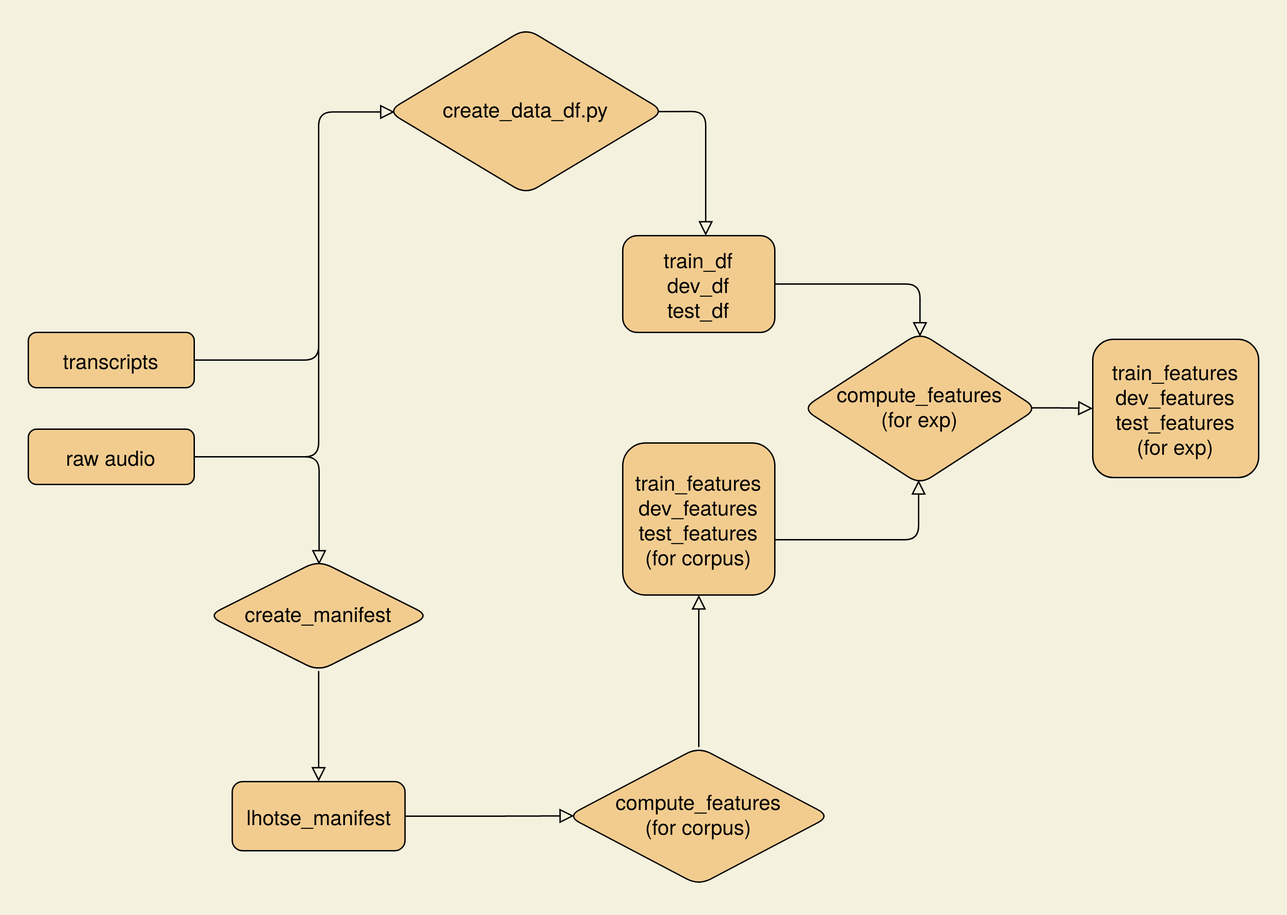
Before: Thesis/imgs/diagrams/Pipeline.drawio.png, a diagram exported from draw.io (LasseWolter/honours-project-21-22). Source tidied: cells renumbered, new cells last; positions are measured from the earlier drawing's top-left corner, leaving out a move shared by most shapes.
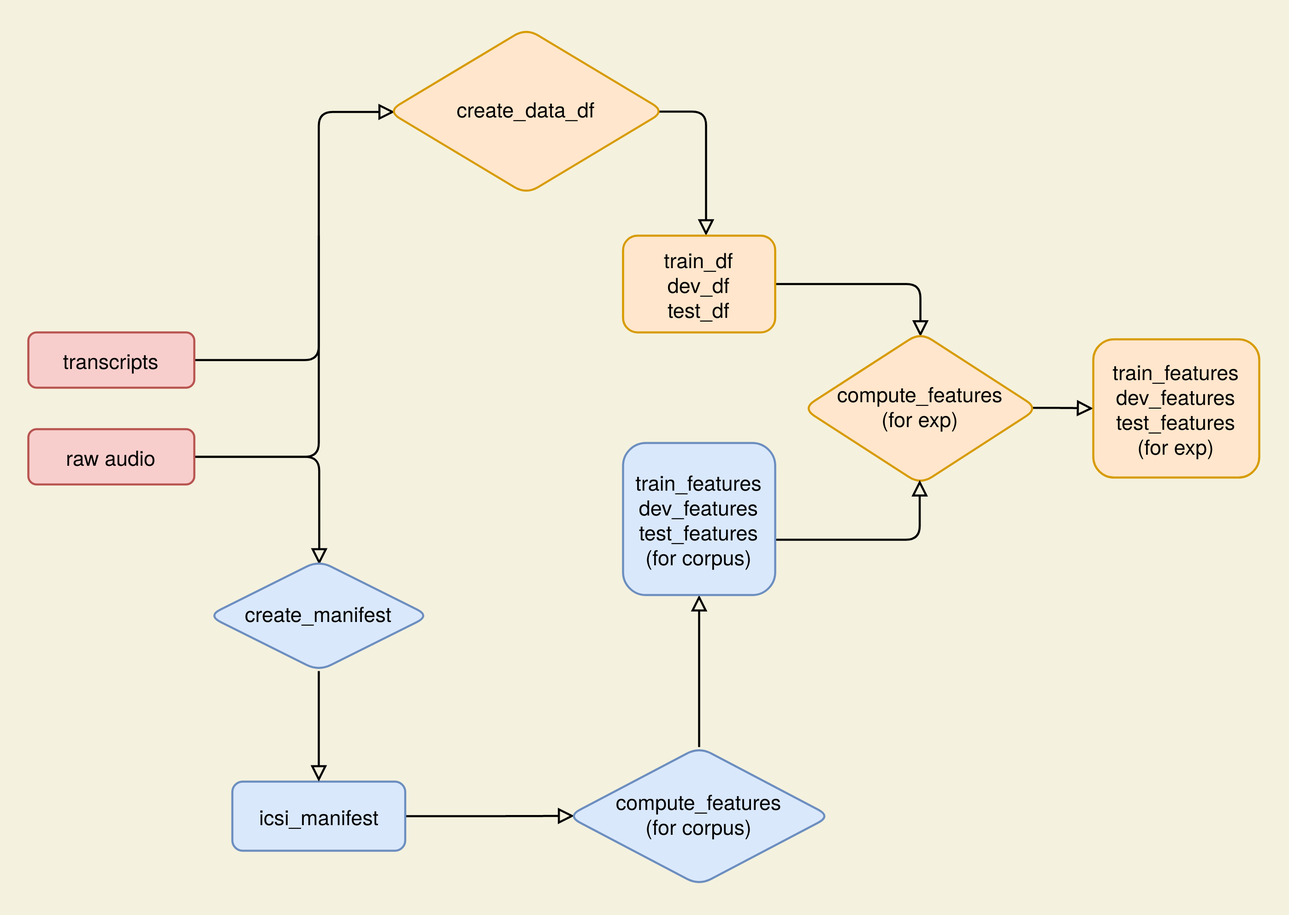
Above is the later version.

Diff of the diagram source:
```diff
@@ -2,7 +2,7 @@
   <root>
     <mxCell id="0" />
     <mxCell id="1" parent="0" />
-    <mxCell id="2" style="html=1;jettySize=auto;fontSize=15;endArrow=block;endFill=0;endSize=8;strokeWidth=1;shadow=0;labelBackgroundColor=none;edgeStyle=orthogonalEdgeStyle;entryX=0.025;entryY=0.504;entryDx=0;entryDy=0;entryPerimeter=0;strokeColor=#000000;fontColor=#000000;labelBorderColor=#000000;" parent="1" edge="1" source="4" target="6">
+    <mxCell id="2" style="html=1;jettySize=auto;fontSize=15;endArrow=block;endFill=0;endSize=8;strokeWidth=1.5;shadow=0;labelBackgroundColor=none;edgeStyle=orthogonalEdgeStyle;entryX=0.025;entryY=0.504;entryDx=0;entryDy=0;entryPerimeter=0;strokeColor=#000000;fontColor=#000000;labelBorderColor=#000000;" parent="1" edge="1" source="4" target="6">
       <mxGeometry relative="1" as="geometry">
         <Array as="points">
           <mxPoint x="210" y="310" />
@@ -10,65 +10,65 @@
         </Array>
       </mxGeometry>
     </mxCell>
-    <mxCell id="3" style="edgeStyle=orthogonalEdgeStyle;rounded=1;jettySize=auto;html=1;exitX=1;exitY=0.5;exitDx=0;exitDy=0;entryX=0.502;entryY=0.038;entryDx=0;entryDy=0;startArrow=none;startFill=0;endArrow=block;endFill=0;startSize=8;endSize=8;entryPerimeter=0;labelBackgroundColor=#F4F1DE;strokeColor=#000000;fontColor=#000000;labelBorderColor=#000000;fontSize=15;" parent="1" edge="1" source="4" target="16">
+    <mxCell id="3" style="edgeStyle=orthogonalEdgeStyle;rounded=1;jettySize=auto;html=1;exitX=1;exitY=0.5;exitDx=0;exitDy=0;entryX=0.502;entryY=0.038;entryDx=0;entryDy=0;startArrow=none;startFill=0;endArrow=block;endFill=0;startSize=8;endSize=8;entryPerimeter=0;labelBackgroundColor=#F4F1DE;strokeColor=#000000;fontColor=#000000;labelBorderColor=#000000;fontSize=15;strokeWidth=1.5;" parent="1" edge="1" source="4" target="16">
       <mxGeometry relative="1" as="geometry" />
     </mxCell>
-    <mxCell id="4" value="raw audio" style="whiteSpace=wrap;html=1;fontSize=15;glass=0;strokeWidth=1;shadow=0;rounded=1;fillColor=#F2CC8F;strokeColor=#000000;fontColor=#000000;" parent="1" vertex="1">
+    <mxCell id="4" value="raw audio" style="whiteSpace=wrap;html=1;fontSize=15;glass=0;strokeWidth=1.5;shadow=0;rounded=1;fillColor=#f8cecc;strokeColor=#b85450;" parent="1" vertex="1">
       <mxGeometry y="290" width="120" height="40" as="geometry" />
     </mxCell>
-    <mxCell id="5" style="edgeStyle=orthogonalEdgeStyle;html=1;jettySize=auto;fontSize=15;endArrow=block;endFill=0;endSize=8;strokeWidth=1;shadow=0;labelBackgroundColor=none;exitX=0.971;exitY=0.502;exitDx=0;exitDy=0;exitPerimeter=0;strokeColor=#000000;fontColor=#000000;labelBorderColor=#000000;" parent="1" edge="1" source="6" target="8">
+    <mxCell id="5" style="edgeStyle=orthogonalEdgeStyle;html=1;jettySize=auto;fontSize=15;endArrow=block;endFill=0;endSize=8;strokeWidth=1.5;shadow=0;labelBackgroundColor=none;exitX=0.971;exitY=0.502;exitDx=0;exitDy=0;exitPerimeter=0;strokeColor=#000000;fontColor=#000000;labelBorderColor=#000000;" parent="1" edge="1" source="6" target="8">
       <mxGeometry y="10" relative="1" as="geometry">
         <Array as="points">
           <mxPoint x="490" y="60" />
         </Array>
       </mxGeometry>
     </mxCell>
-    <mxCell id="6" value="&lt;div style=&quot;font-size: 15px;&quot;&gt;create_data_df.py&lt;/div&gt;" style="rhombus;whiteSpace=wrap;html=1;shadow=0;fontFamily=Helvetica;fontSize=15;align=center;strokeWidth=1;spacing=6;spacingTop=-4;rounded=1;fillColor=#F2CC8F;strokeColor=#000000;fontColor=#000000;" parent="1" vertex="1">
+    <mxCell id="6" value="&lt;div style=&quot;font-size: 15px&quot;&gt;create_data_df&lt;/div&gt;" style="rhombus;whiteSpace=wrap;html=1;shadow=0;fontFamily=Helvetica;fontSize=15;align=center;strokeWidth=1.5;spacing=6;spacingTop=-4;rounded=1;fillColor=#ffe6cc;strokeColor=#d79b00;" parent="1" vertex="1">
       <mxGeometry x="260" width="200" height="120" as="geometry" />
     </mxCell>
-    <mxCell id="7" style="edgeStyle=orthogonalEdgeStyle;jettySize=auto;html=1;entryX=0.5;entryY=0.028;entryDx=0;entryDy=0;endArrow=block;endFill=0;endSize=8;entryPerimeter=0;labelBackgroundColor=#F4F1DE;strokeColor=#000000;fontColor=#000000;labelBorderColor=#000000;fontSize=15;" parent="1" edge="1" source="8" target="12">
+    <mxCell id="7" style="edgeStyle=orthogonalEdgeStyle;jettySize=auto;html=1;entryX=0.5;entryY=0.028;entryDx=0;entryDy=0;endArrow=block;endFill=0;endSize=8;entryPerimeter=0;labelBackgroundColor=#F4F1DE;strokeColor=#000000;fontColor=#000000;labelBorderColor=#000000;fontSize=15;strokeWidth=1.5;" parent="1" edge="1" source="8" target="12">
       <mxGeometry relative="1" as="geometry">
         <Array as="points">
           <mxPoint x="645" y="185" />
         </Array>
       </mxGeometry>
     </mxCell>
-    <mxCell id="8" value="&lt;div style=&quot;font-size: 15px;&quot;&gt;train_df&lt;/div&gt;&lt;div style=&quot;font-size: 15px;&quot;&gt;dev_df&lt;/div&gt;&lt;div style=&quot;font-size: 15px;&quot;&gt;test_df&lt;/div&gt;" style="whiteSpace=wrap;html=1;fontSize=15;glass=0;strokeWidth=1;shadow=0;rounded=1;fillColor=#F2CC8F;strokeColor=#000000;fontColor=#000000;" parent="1" vertex="1">
+    <mxCell id="8" value="&lt;div style=&quot;font-size: 15px;&quot;&gt;train_df&lt;/div&gt;&lt;div style=&quot;font-size: 15px;&quot;&gt;dev_df&lt;/div&gt;&lt;div style=&quot;font-size: 15px;&quot;&gt;test_df&lt;/div&gt;" style="whiteSpace=wrap;html=1;fontSize=15;glass=0;strokeWidth=1.5;shadow=0;rounded=1;fillColor=#ffe6cc;strokeColor=#d79b00;" parent="1" vertex="1">
       <mxGeometry x="430" y="150" width="110" height="70" as="geometry" />
     </mxCell>
-    <mxCell id="9" style="edgeStyle=orthogonalEdgeStyle;jettySize=auto;html=1;exitX=1;exitY=0.5;exitDx=0;exitDy=0;startArrow=none;startFill=0;endArrow=none;endFill=0;labelBackgroundColor=#F4F1DE;strokeColor=#000000;fontColor=#000000;labelBorderColor=#000000;fontSize=15;" parent="1" edge="1" source="10">
+    <mxCell id="9" style="edgeStyle=orthogonalEdgeStyle;jettySize=auto;html=1;exitX=1;exitY=0.5;exitDx=0;exitDy=0;startArrow=none;startFill=0;endArrow=none;endFill=0;labelBackgroundColor=#F4F1DE;strokeColor=#000000;fontColor=#000000;labelBorderColor=#000000;fontSize=15;strokeWidth=1.5;" parent="1" edge="1" source="10">
       <mxGeometry relative="1" as="geometry">
         <mxPoint x="210" y="150" as="targetPoint" />
       </mxGeometry>
     </mxCell>
-    <mxCell id="10" value="transcripts" style="whiteSpace=wrap;html=1;fontSize=15;glass=0;strokeWidth=1;shadow=0;rounded=1;fillColor=#F2CC8F;strokeColor=#000000;fontColor=#000000;" parent="1" vertex="1">
+    <mxCell id="10" value="transcripts" style="whiteSpace=wrap;html=1;fontSize=15;glass=0;strokeWidth=1.5;shadow=0;rounded=1;fillColor=#f8cecc;strokeColor=#b85450;" parent="1" vertex="1">
       <mxGeometry y="220" width="120" height="40" as="geometry" />
     </mxCell>
-    <mxCell id="11" style="edgeStyle=orthogonalEdgeStyle;jettySize=auto;html=1;exitX=0.974;exitY=0.496;exitDx=0;exitDy=0;entryX=0;entryY=0.5;entryDx=0;entryDy=0;startArrow=none;startFill=0;endArrow=block;endFill=0;endSize=8;exitPerimeter=0;labelBackgroundColor=#F4F1DE;strokeColor=#000000;fontColor=#000000;labelBorderColor=#000000;fontSize=15;" parent="1" edge="1" source="12" target="21">
+    <mxCell id="11" style="edgeStyle=orthogonalEdgeStyle;jettySize=auto;html=1;exitX=0.974;exitY=0.496;exitDx=0;exitDy=0;entryX=0;entryY=0.5;entryDx=0;entryDy=0;startArrow=none;startFill=0;endArrow=block;endFill=0;endSize=8;exitPerimeter=0;labelBackgroundColor=#F4F1DE;strokeColor=#000000;fontColor=#000000;labelBorderColor=#000000;fontSize=15;strokeWidth=1.5;" parent="1" edge="1" source="12" target="21">
       <mxGeometry relative="1" as="geometry" />
     </mxCell>
-    <mxCell id="12" value="&lt;div style=&quot;font-size: 15px;&quot;&gt;compute_features&lt;/div&gt;&lt;div style=&quot;font-size: 15px;&quot;&gt;(for exp)&lt;br style=&quot;font-size: 15px;&quot;&gt;&lt;/div&gt;" style="rhombus;whiteSpace=wrap;html=1;shadow=0;fontFamily=Helvetica;fontSize=15;align=center;strokeWidth=1;spacing=6;spacingTop=-4;rounded=1;fillColor=#F2CC8F;strokeColor=#000000;fontColor=#000000;arcSize=20;" parent="1" vertex="1">
+    <mxCell id="12" value="&lt;div style=&quot;font-size: 15px;&quot;&gt;compute_features&lt;/div&gt;&lt;div style=&quot;font-size: 15px;&quot;&gt;(for exp)&lt;br style=&quot;font-size: 15px;&quot;&gt;&lt;/div&gt;" style="rhombus;whiteSpace=wrap;html=1;shadow=0;fontFamily=Helvetica;fontSize=15;align=center;strokeWidth=1.5;spacing=6;spacingTop=-4;rounded=1;fillColor=#ffe6cc;strokeColor=#d79b00;arcSize=20;" parent="1" vertex="1">
       <mxGeometry x="560" y="220" width="170" height="110" as="geometry" />
     </mxCell>
-    <mxCell id="13" style="edgeStyle=orthogonalEdgeStyle;jettySize=auto;html=1;startArrow=none;startFill=0;endArrow=block;endFill=0;entryX=0.025;entryY=0.498;entryDx=0;entryDy=0;endSize=8;entryPerimeter=0;labelBackgroundColor=#F4F1DE;strokeColor=#000000;fontColor=#000000;labelBorderColor=#000000;fontSize=15;" parent="1" edge="1" source="14" target="18">
+    <mxCell id="13" style="edgeStyle=orthogonalEdgeStyle;jettySize=auto;html=1;startArrow=none;startFill=0;endArrow=block;endFill=0;entryX=0.025;entryY=0.498;entryDx=0;entryDy=0;endSize=8;entryPerimeter=0;labelBackgroundColor=#F4F1DE;strokeColor=#000000;fontColor=#000000;labelBorderColor=#000000;fontSize=15;strokeWidth=1.5;" parent="1" edge="1" source="14" target="18">
       <mxGeometry relative="1" as="geometry" />
     </mxCell>
-    <mxCell id="14" value="lhotse_manifest" style="whiteSpace=wrap;html=1;fontSize=15;glass=0;strokeWidth=1;shadow=0;rounded=1;fillColor=#F2CC8F;strokeColor=#000000;fontColor=#000000;" parent="1" vertex="1">
+    <mxCell id="14" value="icsi_manifest" style="whiteSpace=wrap;html=1;fontSize=15;glass=0;strokeWidth=1.5;shadow=0;rounded=1;fillColor=#dae8fc;strokeColor=#6c8ebf;" parent="1" vertex="1">
       <mxGeometry x="147.5" y="545" width="125" height="50" as="geometry" />
     </mxCell>
-    <mxCell id="15" style="edgeStyle=orthogonalEdgeStyle;jettySize=auto;html=1;startArrow=none;startFill=0;endArrow=block;endFill=0;endSize=8;labelBackgroundColor=#F4F1DE;strokeColor=#000000;fontColor=#000000;labelBorderColor=#000000;fontSize=15;" parent="1" edge="1" source="16" target="14">
+    <mxCell id="15" style="edgeStyle=orthogonalEdgeStyle;jettySize=auto;html=1;startArrow=none;startFill=0;endArrow=block;endFill=0;endSize=8;labelBackgroundColor=#F4F1DE;strokeColor=#000000;fontColor=#000000;labelBorderColor=#000000;fontSize=15;strokeWidth=1.5;" parent="1" edge="1" source="16" target="14">
       <mxGeometry relative="1" as="geometry" />
     </mxCell>
-    <mxCell id="16" value="&lt;div style=&quot;font-size: 15px;&quot;&gt;create_manifest&lt;/div&gt;" style="rhombus;whiteSpace=wrap;html=1;shadow=0;fontFamily=Helvetica;fontSize=15;align=center;strokeWidth=1;spacing=6;spacingTop=-4;rounded=1;fillColor=#F2CC8F;strokeColor=#000000;fontColor=#000000;" parent="1" vertex="1">
+    <mxCell id="16" value="&lt;div style=&quot;font-size: 15px;&quot;&gt;create_manifest&lt;/div&gt;" style="rhombus;whiteSpace=wrap;html=1;shadow=0;fontFamily=Helvetica;fontSize=15;align=center;strokeWidth=1.5;spacing=6;spacingTop=-4;rounded=1;fillColor=#dae8fc;strokeColor=#6c8ebf;" parent="1" vertex="1">
       <mxGeometry x="130" y="385" width="160" height="80" as="geometry" />
     </mxCell>
-    <mxCell id="17" style="edgeStyle=orthogonalEdgeStyle;jettySize=auto;html=1;startArrow=none;startFill=0;endArrow=block;endFill=0;entryX=0.5;entryY=1;entryDx=0;entryDy=0;endSize=8;labelBackgroundColor=#F4F1DE;strokeColor=#000000;fontColor=#000000;labelBorderColor=#000000;fontSize=15;" parent="1" edge="1" source="18" target="20">
+    <mxCell id="17" style="edgeStyle=orthogonalEdgeStyle;jettySize=auto;html=1;startArrow=none;startFill=0;endArrow=block;endFill=0;entryX=0.5;entryY=1;entryDx=0;entryDy=0;endSize=8;labelBackgroundColor=#F4F1DE;strokeColor=#000000;fontColor=#000000;labelBorderColor=#000000;fontSize=15;strokeWidth=1.5;" parent="1" edge="1" source="18" target="20">
       <mxGeometry relative="1" as="geometry" />
     </mxCell>
-    <mxCell id="18" value="&lt;div style=&quot;font-size: 15px;&quot;&gt;compute_features&lt;/div&gt;&lt;div style=&quot;font-size: 15px;&quot;&gt;(for corpus)&lt;br style=&quot;font-size: 15px;&quot;&gt;&lt;/div&gt;" style="rhombus;whiteSpace=wrap;html=1;shadow=0;fontFamily=Helvetica;fontSize=15;align=center;strokeWidth=1;spacing=6;spacingTop=-4;rounded=1;fillColor=#F2CC8F;strokeColor=#000000;fontColor=#000000;" parent="1" vertex="1">
+    <mxCell id="18" value="&lt;div style=&quot;font-size: 15px;&quot;&gt;compute_features&lt;/div&gt;&lt;div style=&quot;font-size: 15px;&quot;&gt;(for corpus)&lt;br style=&quot;font-size: 15px;&quot;&gt;&lt;/div&gt;" style="rhombus;whiteSpace=wrap;html=1;shadow=0;fontFamily=Helvetica;fontSize=15;align=center;strokeWidth=1.5;spacing=6;spacingTop=-4;rounded=1;fillColor=#dae8fc;strokeColor=#6c8ebf;" parent="1" vertex="1">
       <mxGeometry x="390" y="520" width="190" height="100" as="geometry" />
     </mxCell>
-    <mxCell id="19" style="edgeStyle=orthogonalEdgeStyle;jettySize=auto;html=1;entryX=0.497;entryY=0.971;entryDx=0;entryDy=0;startArrow=none;startFill=0;endArrow=block;endFill=0;endSize=8;entryPerimeter=0;labelBackgroundColor=#F4F1DE;strokeColor=#000000;fontColor=#000000;labelBorderColor=#000000;fontSize=15;" parent="1" edge="1" source="20" target="12">
+    <mxCell id="19" style="edgeStyle=orthogonalEdgeStyle;jettySize=auto;html=1;entryX=0.497;entryY=0.971;entryDx=0;entryDy=0;startArrow=none;startFill=0;endArrow=block;endFill=0;endSize=8;entryPerimeter=0;labelBackgroundColor=#F4F1DE;strokeColor=#000000;fontColor=#000000;labelBorderColor=#000000;fontSize=15;strokeWidth=1.5;" parent="1" edge="1" source="20" target="12">
       <mxGeometry relative="1" as="geometry">
         <Array as="points">
           <mxPoint x="644" y="370" />
@@ -76,10 +76,10 @@
         </Array>
       </mxGeometry>
     </mxCell>
-    <mxCell id="20" value="&lt;div style=&quot;font-size: 15px;&quot;&gt;train_features&lt;/div&gt;&lt;div style=&quot;font-size: 15px;&quot;&gt;dev_features&lt;/div&gt;&lt;div style=&quot;font-size: 15px;&quot;&gt;test_features&lt;/div&gt;&lt;div style=&quot;font-size: 15px;&quot;&gt;(for corpus)&lt;br style=&quot;font-size: 15px;&quot;&gt;&lt;/div&gt;" style="whiteSpace=wrap;html=1;fontSize=15;glass=0;strokeWidth=1;shadow=0;rounded=1;fillColor=#F2CC8F;strokeColor=#000000;fontColor=#000000;" parent="1" vertex="1">
+    <mxCell id="20" value="&lt;div style=&quot;font-size: 15px;&quot;&gt;train_features&lt;/div&gt;&lt;div style=&quot;font-size: 15px;&quot;&gt;dev_features&lt;/div&gt;&lt;div style=&quot;font-size: 15px;&quot;&gt;test_features&lt;/div&gt;&lt;div style=&quot;font-size: 15px;&quot;&gt;(for corpus)&lt;br style=&quot;font-size: 15px;&quot;&gt;&lt;/div&gt;" style="whiteSpace=wrap;html=1;fontSize=15;glass=0;strokeWidth=1.5;shadow=0;rounded=1;fillColor=#dae8fc;strokeColor=#6c8ebf;" parent="1" vertex="1">
       <mxGeometry x="430" y="300" width="110" height="110" as="geometry" />
     </mxCell>
-    <mxCell id="21" value="&lt;div style=&quot;font-size: 15px;&quot;&gt;train_features&lt;/div&gt;&lt;div style=&quot;font-size: 15px;&quot;&gt;dev_features&lt;/div&gt;&lt;div style=&quot;font-size: 15px;&quot;&gt;test_features&lt;/div&gt;&lt;div style=&quot;font-size: 15px;&quot;&gt;(for exp)&lt;br style=&quot;font-size: 15px;&quot;&gt;&lt;/div&gt;" style="whiteSpace=wrap;html=1;fontSize=15;glass=0;strokeWidth=1;shadow=0;rounded=1;fillColor=#F2CC8F;strokeColor=#000000;fontColor=#000000;labelBorderColor=none;" parent="1" vertex="1">
+    <mxCell id="21" value="&lt;div style=&quot;font-size: 15px;&quot;&gt;train_features&lt;/div&gt;&lt;div style=&quot;font-size: 15px;&quot;&gt;dev_features&lt;/div&gt;&lt;div style=&quot;font-size: 15px;&quot;&gt;test_features&lt;/div&gt;&lt;div style=&quot;font-size: 15px;&quot;&gt;(for exp)&lt;br style=&quot;font-size: 15px;&quot;&gt;&lt;/div&gt;" style="whiteSpace=wrap;html=1;fontSize=15;glass=0;strokeWidth=1.5;shadow=0;rounded=1;fillColor=#ffe6cc;strokeColor=#d79b00;labelBorderColor=none;" parent="1" vertex="1">
       <mxGeometry x="770" y="225" width="120" height="100" as="geometry" />
     </mxCell>
   </root>
```
